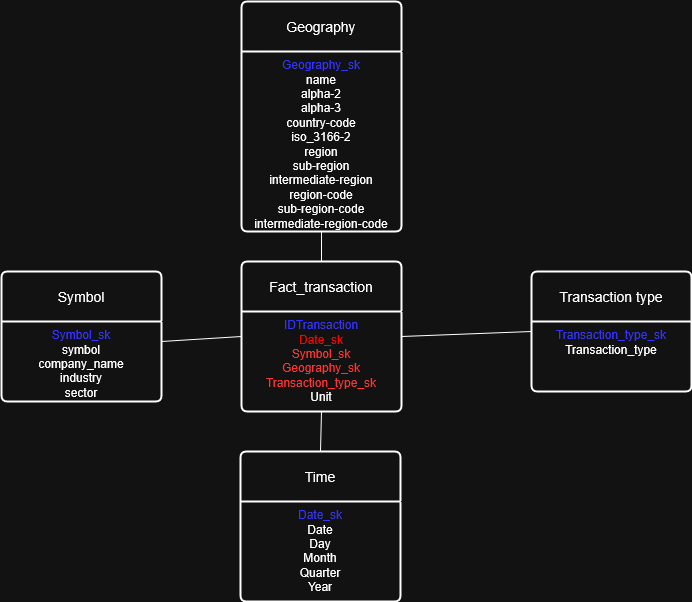
Earlier version of the draw.io export Homework3/Star_schema.png (andreaisaia00/Andrea-Isaia-BDA2026). Source tidied: cells renumbered, new cells last; positions are measured from the earlier drawing's top-left corner, leaving out a move shared by most shapes.
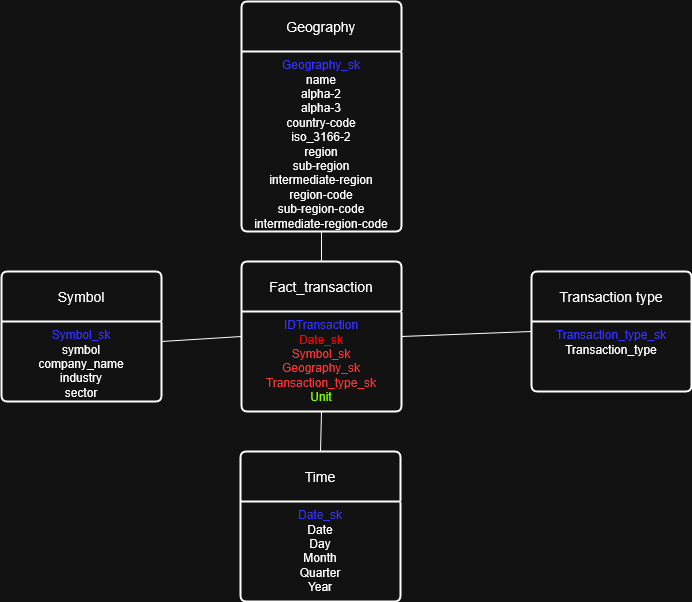
The same file after the commit.

The edit, as a diff of the source:
```diff
@@ -10,7 +10,7 @@
     <mxCell id="3" value="Fact_transaction" style="swimlane;horizontal=1;startSize=50;rounded=1;fontSize=14;fontStyle=0;strokeWidth=2;shadow=0;dashed=0;align=center;arcSize=4;whiteSpace=wrap;html=1;" parent="1" vertex="1">
       <mxGeometry x="240" y="260" width="160" height="150" as="geometry" />
     </mxCell>
-    <mxCell id="4" value="&lt;div&gt;&lt;span style=&quot;color: light-dark(rgb(0, 0, 0), rgb(51, 51, 255));&quot;&gt;IDTransaction&lt;/span&gt;&lt;/div&gt;&lt;div&gt;&lt;span style=&quot;color: light-dark(rgb(0, 0, 0), rgb(255, 0, 0));&quot;&gt;Date_sk&lt;/span&gt;&lt;/div&gt;&lt;div&gt;&lt;span style=&quot;color: light-dark(transparent, rgb(255, 51, 51));&quot;&gt;Symbol_sk&lt;/span&gt;&lt;/div&gt;&lt;div&gt;&lt;span style=&quot;color: light-dark(rgb(0, 0, 0), rgb(255, 51, 51));&quot;&gt;Geography_sk&lt;/span&gt;&lt;/div&gt;&lt;div&gt;&lt;span style=&quot;color: light-dark(transparent, rgb(255, 51, 51));&quot;&gt;Transaction_type_sk&lt;/span&gt;&lt;/div&gt;&lt;div&gt;Unit&lt;/div&gt;" style="align=center;strokeColor=none;fillColor=none;spacingLeft=4;spacingRight=4;fontSize=12;verticalAlign=top;html=1;whiteSpace=wrap;" parent="3" vertex="1">
+    <mxCell id="4" value="&lt;div&gt;&lt;span style=&quot;color: light-dark(rgb(0, 0, 0), rgb(51, 51, 255));&quot;&gt;IDTransaction&lt;/span&gt;&lt;/div&gt;&lt;div&gt;&lt;span style=&quot;color: light-dark(rgb(0, 0, 0), rgb(255, 0, 0));&quot;&gt;Date_sk&lt;/span&gt;&lt;/div&gt;&lt;div&gt;&lt;span style=&quot;color: light-dark(transparent, rgb(255, 51, 51));&quot;&gt;Symbol_sk&lt;/span&gt;&lt;/div&gt;&lt;div&gt;&lt;span style=&quot;color: light-dark(rgb(0, 0, 0), rgb(255, 51, 51));&quot;&gt;Geography_sk&lt;/span&gt;&lt;/div&gt;&lt;div&gt;&lt;span style=&quot;color: light-dark(transparent, rgb(255, 51, 51));&quot;&gt;Transaction_type_sk&lt;/span&gt;&lt;/div&gt;&lt;div&gt;&lt;span style=&quot;color: light-dark(rgb(0, 0, 0), rgb(128, 255, 0));&quot;&gt;Unit&lt;/span&gt;&lt;/div&gt;" style="align=center;strokeColor=none;fillColor=none;spacingLeft=4;spacingRight=4;fontSize=12;verticalAlign=top;html=1;whiteSpace=wrap;" parent="3" vertex="1">
       <mxGeometry y="50" width="160" height="100" as="geometry" />
     </mxCell>
     <mxCell id="5" value="Transaction type" style="swimlane;horizontal=1;startSize=50;rounded=1;fontSize=14;fontStyle=0;strokeWidth=2;shadow=0;dashed=0;align=center;arcSize=4;whiteSpace=wrap;html=1;" parent="1" vertex="1">
```
